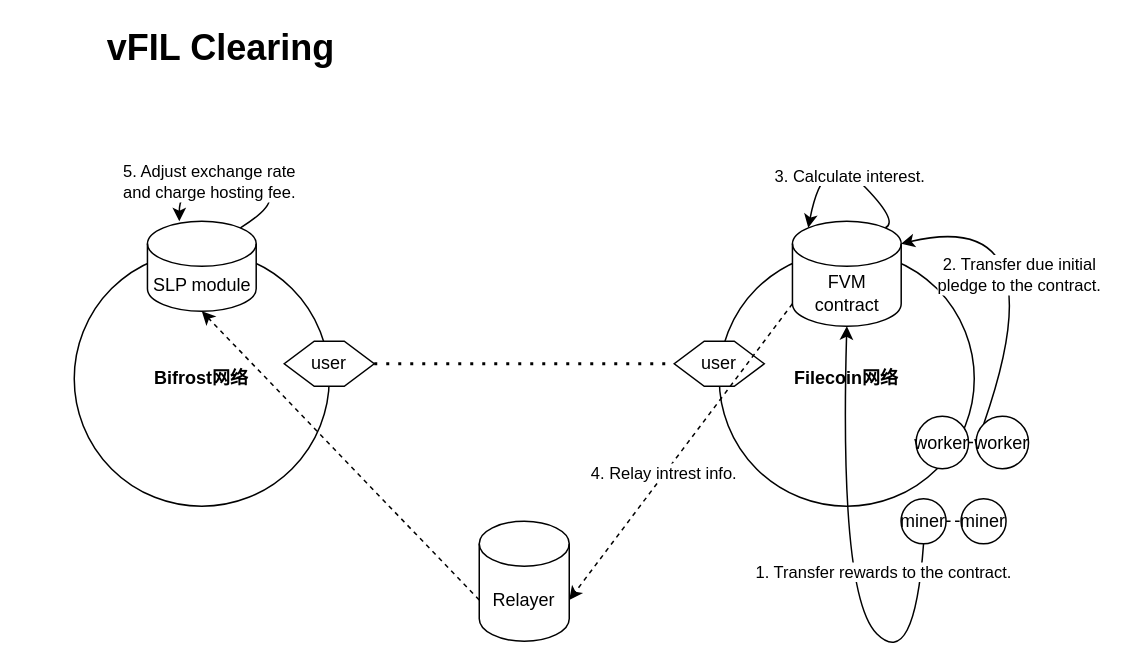
Before: vfil-clearing-multisig.drawio in herryho/flowchars, a draw.io diagram. Source tidied: cells renumbered, new cells numbered last; positions are measured from the earlier drawing's top-left corner, leaving out a move shared by most shapes. Both pictures are drawn from the tidied source at 150%, with x=0, y=0 at pixel (26, 26).
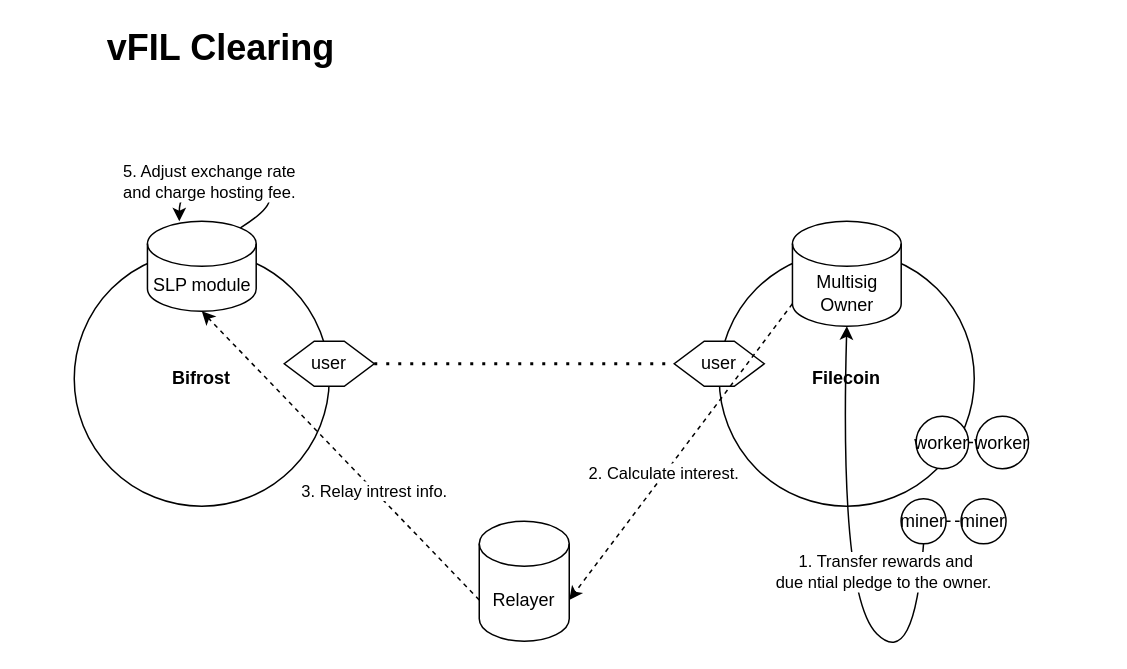
The same page after the edit.

The change refers to these unchanged cells:
```xml
<mxCell id="14" style="endArrow=classic;html=1;rounded=0;dashed=1;exitX=0;exitY=1;exitDx=0;exitDy=-15;exitPerimeter=0;entryX=1;entryY=0;entryDx=0;entryDy=52.5;entryPerimeter=0;" parent="1" edge="1" source="7" target="10">
  <mxGeometry relative="1" as="geometry" />
</mxCell>
<mxCell id="16" style="endArrow=classic;html=1;rounded=0;dashed=1;entryX=0.5;entryY=1;entryDx=0;entryDy=0;entryPerimeter=0;exitX=0;exitY=0;exitDx=0;exitDy=52.5;exitPerimeter=0;" parent="1" edge="1" source="10" target="9">
  <mxGeometry relative="1" as="geometry" />
</mxCell>
<mxCell id="18" value="worker" style="ellipse;whiteSpace=wrap;html=1;" parent="1" vertex="1">
  <mxGeometry x="633.2" y="260" width="35" height="35" as="geometry" />
</mxCell>
<mxCell id="20" style="curved=1;endArrow=classic;html=1;rounded=0;exitX=0.5;exitY=1;exitDx=0;exitDy=0;entryX=0.5;entryY=1;entryDx=0;entryDy=0;entryPerimeter=0;" parent="1" edge="1" source="11" target="7">
  <mxGeometry relative="1" as="geometry">
    <Array as="points">
      <mxPoint x="592" y="430" />
      <mxPoint x="542" y="380" />
    </Array>
  </mxGeometry>
</mxCell>
```

Change to the diagram source:
```diff
@@
-    <mxCell id="2" value="&lt;b&gt;Bifrost网络&lt;/b&gt;" style="ellipse;whiteSpace=wrap;html=1;" parent="1" vertex="1">
+    <mxCell id="2" value="&lt;b&gt;Bifrost&lt;/b&gt;" style="ellipse;whiteSpace=wrap;html=1;" parent="1" vertex="1">
       <mxGeometry x="32" y="150" width="170" height="170" as="geometry" />
     </mxCell>
-    <mxCell id="3" value="&lt;b&gt;Filecoin网络&lt;/b&gt;" style="ellipse;whiteSpace=wrap;html=1;" parent="1" vertex="1">
+    <mxCell id="3" value="&lt;b&gt;Filecoin&lt;/b&gt;" style="ellipse;whiteSpace=wrap;html=1;" parent="1" vertex="1">
       <mxGeometry x="462" y="150" width="170" height="170" as="geometry" />
     </mxCell>
@@
-    <mxCell id="7" value="FVM contract" style="shape=cylinder3;whiteSpace=wrap;html=1;boundedLbl=1;backgroundOutline=1;size=15;" parent="1" vertex="1">
+    <mxCell id="7" value="Multisig&lt;br&gt;Owner" style="shape=cylinder3;whiteSpace=wrap;html=1;boundedLbl=1;backgroundOutline=1;size=15;" parent="1" vertex="1">
       <mxGeometry x="510.8" y="130" width="72.5" height="70" as="geometry" />
     </mxCell>
@@
-    <mxCell id="15" value="4. Relay intrest info." style="edgeLabel;html=1;align=center;verticalAlign=middle;" parent="14" vertex="1">
+    <mxCell id="15" value="2. Calculate interest." style="edgeLabel;html=1;align=center;verticalAlign=middle;" parent="14" vertex="1">
       <mxGeometry x="0.15" y="-1" relative="1" as="geometry" />
     </mxCell>
@@
+    <mxCell id="28" value="3. Relay intrest info." style="edgeLabel;html=1;align=center;verticalAlign=middle;" parent="16" vertex="1">
+      <mxGeometry x="-0.13" y="1" relative="1" as="geometry">
+        <mxPoint x="11" y="10" as="offset" />
+      </mxGeometry>
+    </mxCell>
@@
-    <mxCell id="21" value="1. Transfer rewards to the contract.&amp;nbsp;" style="edgeLabel;html=1;align=center;verticalAlign=middle;" parent="20" vertex="1">
+    <mxCell id="21" value="1. Transfer rewards and &lt;br&gt;due ntial pledge to the owner.&amp;nbsp;" style="edgeLabel;html=1;align=center;verticalAlign=middle;" parent="20" vertex="1">
       <mxGeometry x="0.03" y="-4" relative="1" as="geometry">
         <mxPoint x="26" as="offset" />
       </mxGeometry>
     </mxCell>
@@
-    <mxCell id="24" style="curved=1;endArrow=classic;html=1;rounded=0;exitX=0;exitY=0;exitDx=0;exitDy=0;entryX=1;entryY=0;entryDx=0;entryDy=15;entryPerimeter=0;" parent="1" edge="1" source="18" target="7">
-      <mxGeometry relative="1" as="geometry">
-        <Array as="points">
-          <mxPoint x="689" y="120" />
-        </Array>
-      </mxGeometry>
-    </mxCell>
-    <mxCell id="25" value="2. Transfer due initial &lt;br&gt;pledge to the contract." style="edgeLabel;html=1;align=center;verticalAlign=middle;" parent="24" vertex="1">
-      <mxGeometry x="0.69" y="7" relative="1" as="geometry">
-        <mxPoint x="37" y="23" as="offset" />
-      </mxGeometry>
-    </mxCell>
-    <mxCell id="26" style="curved=1;endArrow=classic;html=1;rounded=0;exitX=0.855;exitY=0;exitDx=0;exitDy=4.35;exitPerimeter=0;entryX=0.145;entryY=0;entryDx=0;entryDy=4.35;entryPerimeter=0;" parent="1" edge="1" source="7" target="7">
-      <mxGeometry relative="1" as="geometry">
-        <Array as="points">
-          <mxPoint x="582" y="130" />
-          <mxPoint x="532" y="80" />
-        </Array>
-      </mxGeometry>
-    </mxCell>
-    <mxCell id="27" value="3. Calculate interest." style="edgeLabel;html=1;align=center;verticalAlign=middle;" parent="26" vertex="1">
-      <mxGeometry x="-0.18" y="2" relative="1" as="geometry" />
-    </mxCell>
```
